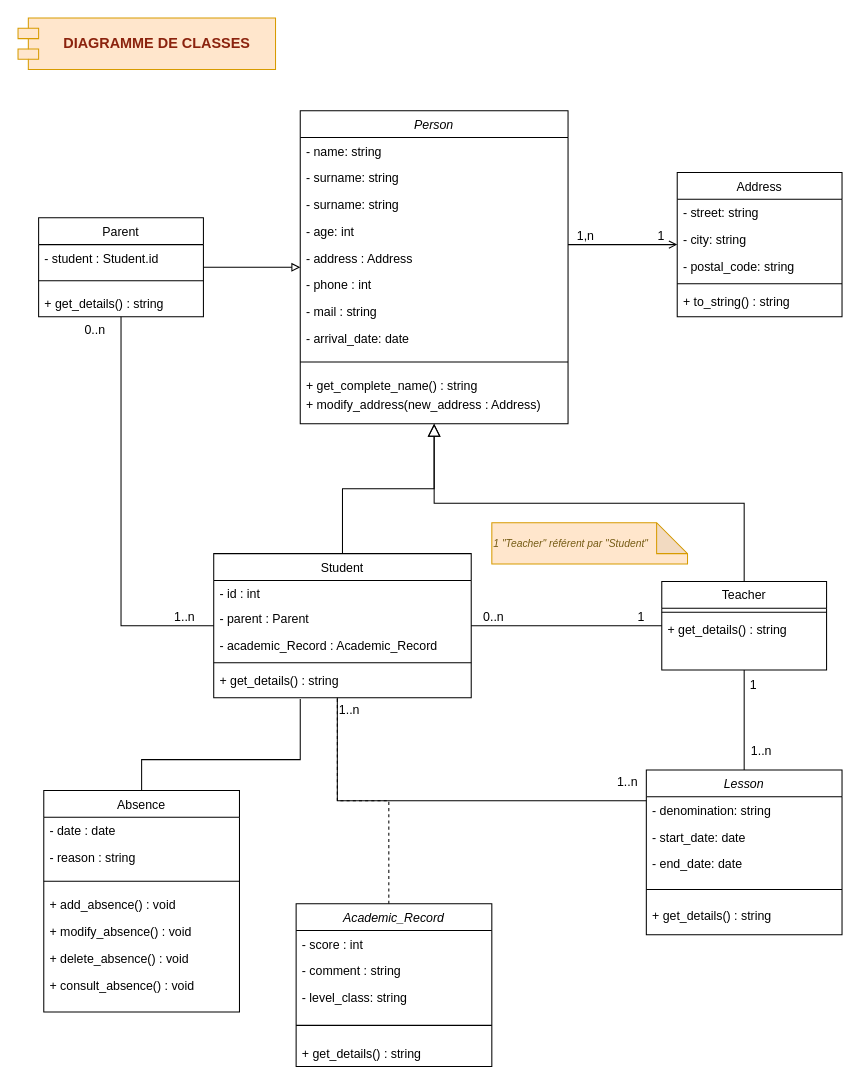
Above: doc/diagrammeClasse.drawio in MelissaHOA/EXO_Gestion_Ecole (draw.io), before the change. Source tidied: cells renumbered, new cells numbered last; positions are measured from the earlier drawing's top-left corner, leaving out a move shared by most shapes. Both pictures are drawn from the tidied source at 103%, with x=0, y=0 at pixel (18, 18).
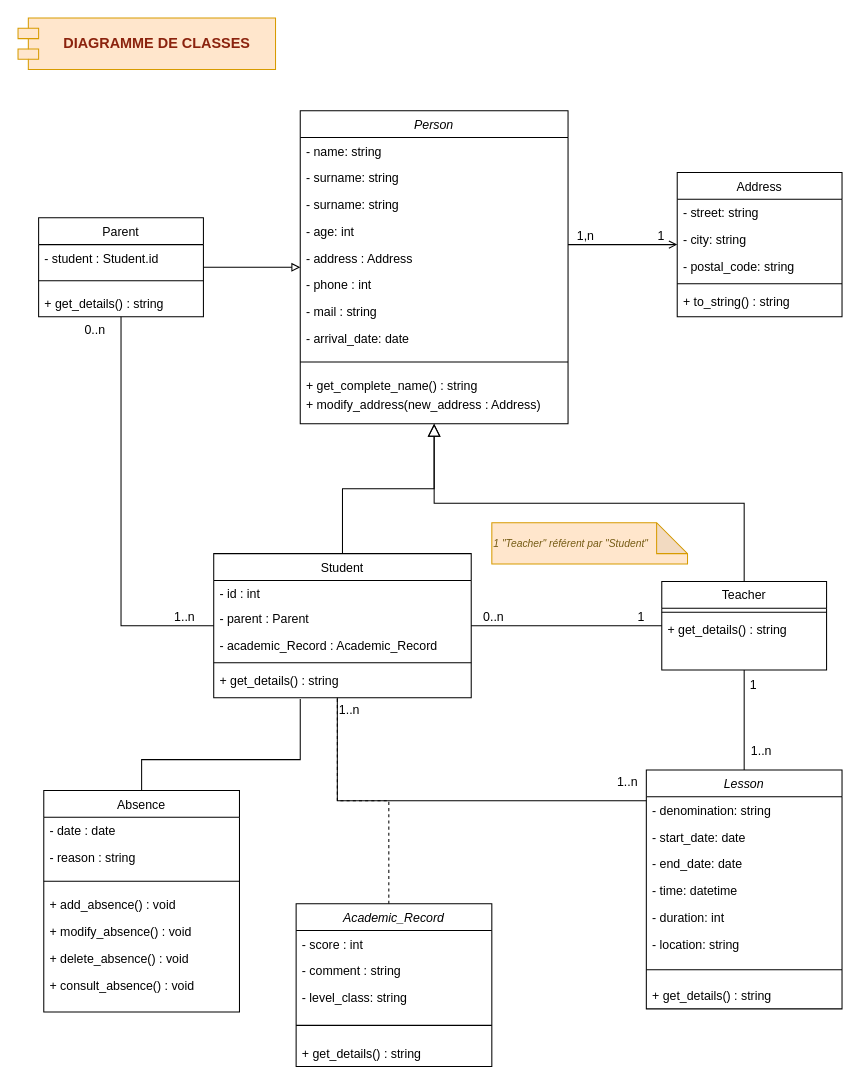
The same diagram, later.

Commit message:
Mettre à jour diagrammeClasse.drawio

Diff of the diagram source:
```diff
@@
     <mxCell id="36" value="Lesson" style="swimlane;fontStyle=2;align=center;verticalAlign=top;horizontal=1;startSize=26;rounded=0;shadow=0;strokeWidth=1;" parent="1" vertex="1">
-      <mxGeometry x="610" y="730" width="190" height="160" as="geometry" />
+      <mxGeometry x="610" y="730" width="190" height="232" as="geometry" />
     </mxCell>
@@
+    <mxCell id="75" value="- time: datetime" style="text;align=left;verticalAlign=top;spacingLeft=4;spacingRight=4;overflow=hidden;rounded=0;shadow=0;html=0;" parent="36" vertex="1">
+      <mxGeometry y="104" width="190" height="26" as="geometry" />
+    </mxCell>
+    <mxCell id="76" value="- duration: int" style="text;align=left;verticalAlign=top;spacingLeft=4;spacingRight=4;overflow=hidden;rounded=0;shadow=0;html=0;" parent="36" vertex="1">
+      <mxGeometry y="130" width="190" height="26" as="geometry" />
+    </mxCell>
+    <mxCell id="77" value="- location: string" style="text;align=left;verticalAlign=top;spacingLeft=4;spacingRight=4;overflow=hidden;rounded=0;shadow=0;html=0;" parent="36" vertex="1">
+      <mxGeometry y="156" width="190" height="26" as="geometry" />
+    </mxCell>
     <mxCell id="40" style="line;html=1;strokeWidth=1;align=left;verticalAlign=middle;spacingTop=-1;spacingLeft=3;spacingRight=3;labelPosition=right;" parent="36" vertex="1">
-      <mxGeometry y="104" width="190" height="24" as="geometry" />
+      <mxGeometry y="182" width="190" height="24" as="geometry" />
     </mxCell>
     <mxCell id="41" value="+ get_details() : string" style="text;align=left;verticalAlign=top;spacingLeft=4;spacingRight=4;overflow=hidden;" parent="36" vertex="1">
-      <mxGeometry y="128" width="190" height="26" as="geometry" />
+      <mxGeometry y="206" width="190" height="26" as="geometry" />
     </mxCell>
```
